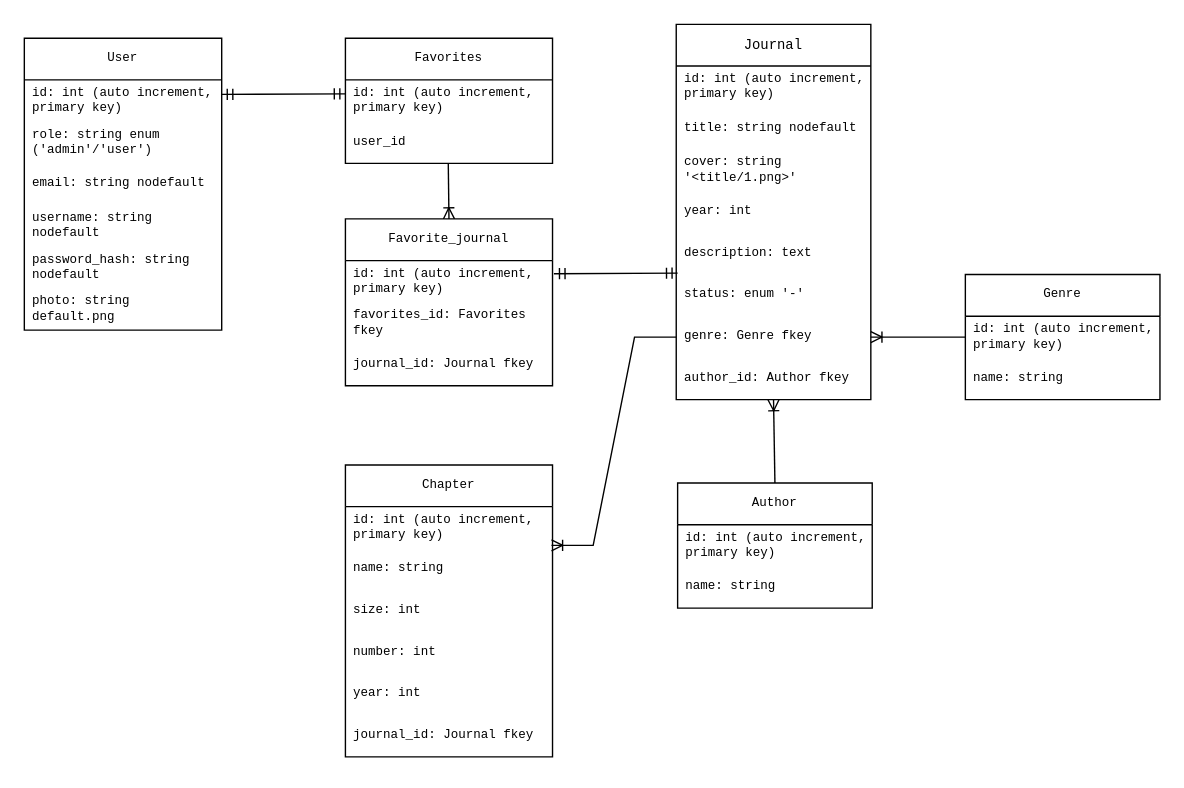
Before: server/journal_db_diagram.drawio in 7kex7/journal-reader-v2, a draw.io diagram. Source tidied: cells renumbered, new cells numbered last; positions are measured from the earlier drawing's top-left corner, leaving out a move shared by most shapes. Both pictures are drawn from the tidied source at 139%, with x=0, y=0 at pixel (24, 24).
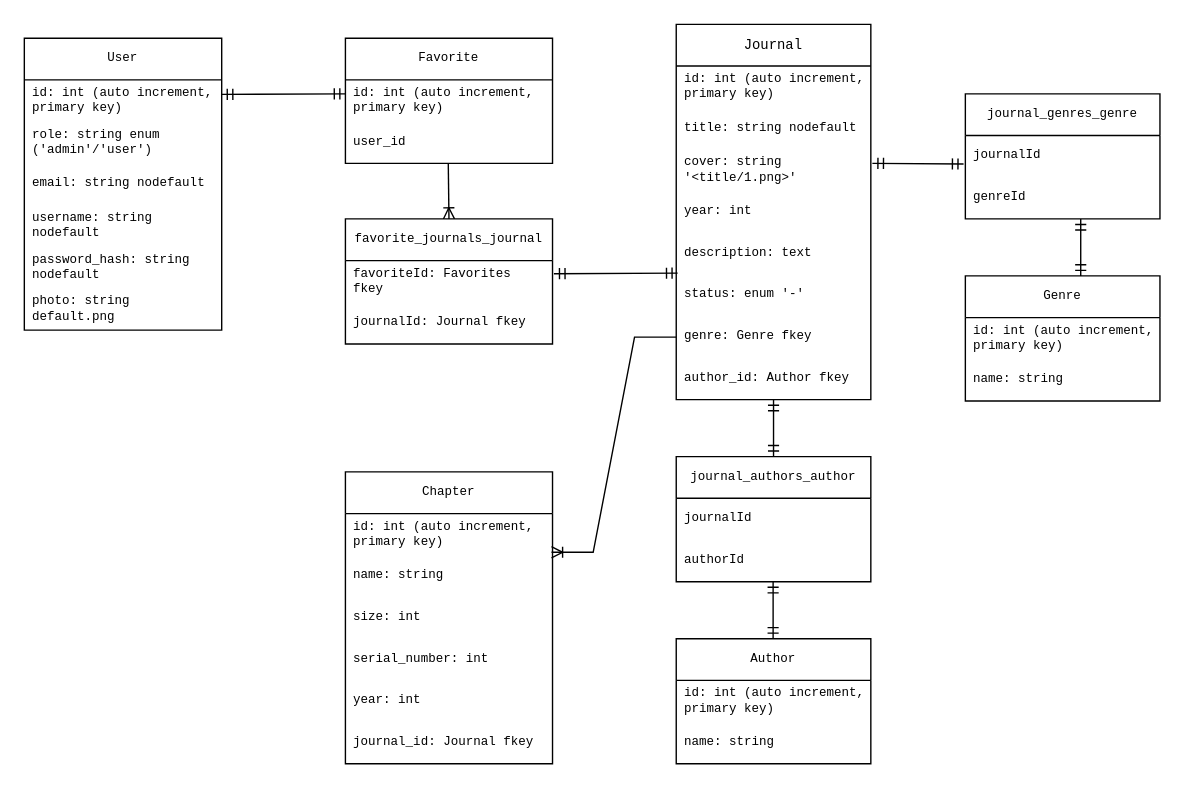
The same diagram, later.

Unchanged cells that the change refers to:
```xml
<mxCell id="19" value="genre: Genre fkey" style="text;strokeColor=none;fillColor=none;align=left;verticalAlign=middle;spacingLeft=4;spacingRight=4;overflow=hidden;points=[[0,0.5],[1,0.5]];portConstraint=eastwest;whiteSpace=wrap;html=1;fontSize=9;fontFamily=Courier New;" parent="12" vertex="1">
  <mxGeometry y="210" width="140" height="30" as="geometry" />
</mxCell>
<mxCell id="41" value="&lt;div style=&quot;font-size: 9px;&quot;&gt;&lt;font style=&quot;font-size: 9px;&quot;&gt;id: int (auto increment, primary key)&lt;/font&gt;&lt;/div&gt;" style="text;strokeColor=none;fillColor=none;align=left;verticalAlign=middle;spacingLeft=4;spacingRight=4;overflow=hidden;points=[[0,0.5],[1,0.5]];portConstraint=eastwest;whiteSpace=wrap;html=1;fontSize=9;fontFamily=Courier New;" parent="40" vertex="1">
  <mxGeometry y="30" width="140" height="30" as="geometry" />
</mxCell>
```

What changed in the source:
```diff
@@
-    <mxCell id="9" value="Favorites" style="swimlane;fontStyle=0;horizontal=1;startSize=30;whiteSpace=wrap;html=1;fontSize=9;fontFamily=Courier New;" parent="1" vertex="1">
+    <mxCell id="9" value="Favorite" style="swimlane;fontStyle=0;horizontal=1;startSize=30;whiteSpace=wrap;html=1;fontSize=9;fontFamily=Courier New;" parent="1" vertex="1">
       <mxGeometry x="231" y="10" width="149" height="90" as="geometry" />
     </mxCell>
@@
     <mxCell id="21" value="Chapter" style="swimlane;fontStyle=0;horizontal=1;startSize=30;whiteSpace=wrap;html=1;fontSize=9;fontFamily=Courier New;" parent="1" vertex="1">
-      <mxGeometry x="231" y="317" width="149" height="210" as="geometry" />
+      <mxGeometry x="231" y="322" width="149" height="210" as="geometry" />
     </mxCell>
@@
-    <mxCell id="25" value="number: int" style="text;strokeColor=none;fillColor=none;align=left;verticalAlign=middle;spacingLeft=4;spacingRight=4;overflow=hidden;whiteSpace=wrap;html=1;fontSize=9;fontFamily=Courier New;" parent="21" vertex="1">
+    <mxCell id="25" value="serial_number: int" style="text;strokeColor=none;fillColor=none;align=left;verticalAlign=middle;spacingLeft=4;spacingRight=4;overflow=hidden;whiteSpace=wrap;html=1;fontSize=9;fontFamily=Courier New;" parent="21" vertex="1">
       <mxGeometry y="120" width="149" height="30" as="geometry" />
     </mxCell>
@@
     <mxCell id="28" value="Author" style="swimlane;fontStyle=0;horizontal=1;startSize=30;whiteSpace=wrap;html=1;fontSize=9;fontFamily=Courier New;" parent="1" vertex="1">
-      <mxGeometry x="470" y="330" width="140" height="90" as="geometry" />
+      <mxGeometry x="469" y="442" width="140" height="90" as="geometry" />
     </mxCell>
@@
-    <mxCell id="33" value="Favorite_journal" style="swimlane;fontStyle=0;horizontal=1;startSize=30;whiteSpace=wrap;html=1;fontSize=9;fontFamily=Courier New;" parent="1" vertex="1">
-      <mxGeometry x="231" y="140" width="149" height="120" as="geometry" />
+    <mxCell id="33" value="favorite_journals_journal" style="swimlane;fontStyle=0;horizontal=1;startSize=30;whiteSpace=wrap;html=1;fontSize=9;fontFamily=Courier New;" parent="1" vertex="1">
+      <mxGeometry x="231" y="140" width="149" height="90" as="geometry" />
     </mxCell>
-    <mxCell id="34" value="&lt;div style=&quot;font-size: 9px;&quot;&gt;&lt;font style=&quot;font-size: 9px;&quot;&gt;id: int (auto increment, primary key)&lt;/font&gt;&lt;/div&gt;" style="text;strokeColor=none;fillColor=none;align=left;verticalAlign=middle;spacingLeft=4;spacingRight=4;overflow=hidden;whiteSpace=wrap;html=1;fontSize=9;fontFamily=Courier New;" parent="33" vertex="1">
-      <mxGeometry y="30" width="149" height="30" as="geometry" />
-    </mxCell>
-    <mxCell id="35" value="favorites_id: Favorites fkey" style="text;strokeColor=none;fillColor=none;align=left;verticalAlign=middle;spacingLeft=4;spacingRight=4;overflow=hidden;whiteSpace=wrap;html=1;fontSize=9;fontFamily=Courier New;" parent="33" vertex="1">
-      <mxGeometry y="60" width="149" height="30" as="geometry" />
+    <mxCell id="35" value="favoriteId: Favorites fkey" style="text;strokeColor=none;fillColor=none;align=left;verticalAlign=middle;spacingLeft=4;spacingRight=4;overflow=hidden;whiteSpace=wrap;html=1;fontSize=9;fontFamily=Courier New;" parent="33" vertex="1">
+      <mxGeometry y="30" width="149" height="30" as="geometry" />
     </mxCell>
-    <mxCell id="36" value="journal_id: Journal fkey" style="text;strokeColor=none;fillColor=none;align=left;verticalAlign=middle;spacingLeft=4;spacingRight=4;overflow=hidden;whiteSpace=wrap;html=1;fontSize=9;fontFamily=Courier New;" parent="33" vertex="1">
-      <mxGeometry y="90" width="149" height="30" as="geometry" />
+    <mxCell id="36" value="journalId: Journal fkey" style="text;strokeColor=none;fillColor=none;align=left;verticalAlign=middle;spacingLeft=4;spacingRight=4;overflow=hidden;whiteSpace=wrap;html=1;fontSize=9;fontFamily=Courier New;" parent="33" vertex="1">
+      <mxGeometry y="60" width="149" height="30" as="geometry" />
     </mxCell>
@@
-    <mxCell id="38" style="fontSize=12;html=1;endArrow=ERoneToMany;exitX=0.5;exitY=0;exitDx=0;exitDy=0;" parent="1" edge="1" source="28">
-      <mxGeometry relative="1" as="geometry">
-        <mxPoint x="539" y="270" as="targetPoint" />
-      </mxGeometry>
-    </mxCell>
@@
     <mxCell id="40" value="Genre" style="swimlane;fontStyle=0;horizontal=1;startSize=30;whiteSpace=wrap;html=1;fontSize=9;fontFamily=Courier New;" parent="1" vertex="1">
-      <mxGeometry x="677" y="180" width="140" height="90" as="geometry" />
+      <mxGeometry x="677" y="181" width="140" height="90" as="geometry" />
     </mxCell>
@@
-    <mxCell id="43" style="fontSize=12;html=1;endArrow=ERoneToMany;exitX=0;exitY=0.5;exitDx=0;exitDy=0;entryX=1;entryY=0.5;entryDx=0;entryDy=0;" parent="1" edge="1" source="41" target="19">
-      <mxGeometry relative="1" as="geometry" />
-    </mxCell>
+    <mxCell id="44" value="journal_authors_author" style="swimlane;fontStyle=0;horizontal=1;startSize=30;whiteSpace=wrap;html=1;fontSize=9;fontFamily=Courier New;" parent="1" vertex="1">
+      <mxGeometry x="469" y="311" width="140" height="90" as="geometry" />
+    </mxCell>
+    <mxCell id="45" value="&lt;div style=&quot;font-size: 9px;&quot;&gt;&lt;font style=&quot;font-size: 9px;&quot;&gt;journalId&lt;/font&gt;&lt;/div&gt;" style="text;strokeColor=none;fillColor=none;align=left;verticalAlign=middle;spacingLeft=4;spacingRight=4;overflow=hidden;whiteSpace=wrap;html=1;fontSize=9;fontFamily=Courier New;" parent="44" vertex="1">
+      <mxGeometry y="30" width="140" height="30" as="geometry" />
+    </mxCell>
+    <mxCell id="46" value="authorId" style="text;strokeColor=none;fillColor=none;align=left;verticalAlign=middle;spacingLeft=4;spacingRight=4;overflow=hidden;whiteSpace=wrap;html=1;fontSize=9;fontFamily=Courier New;" parent="44" vertex="1">
+      <mxGeometry y="60" width="140" height="30" as="geometry" />
+    </mxCell>
+    <mxCell id="47" style="fontSize=9;html=1;endArrow=ERmandOne;startArrow=ERmandOne;rounded=0;entryX=0.5;entryY=0;entryDx=0;entryDy=0;" parent="1" edge="1" target="44">
+      <mxGeometry relative="1" as="geometry">
+        <mxPoint x="539" y="270" as="sourcePoint" />
+      </mxGeometry>
+    </mxCell>
+    <mxCell id="48" style="fontSize=9;html=1;endArrow=ERmandOne;startArrow=ERmandOne;rounded=0;entryX=0.5;entryY=0;entryDx=0;entryDy=0;" parent="1" edge="1">
+      <mxGeometry relative="1" as="geometry">
+        <mxPoint x="538.7" y="401" as="sourcePoint" />
+        <mxPoint x="538.7" y="442" as="targetPoint" />
+      </mxGeometry>
+    </mxCell>
+    <mxCell id="49" value="journal_genres_genre" style="swimlane;fontStyle=0;horizontal=1;startSize=30;whiteSpace=wrap;html=1;fontSize=9;fontFamily=Courier New;" parent="1" vertex="1">
+      <mxGeometry x="677" y="50" width="140" height="90" as="geometry" />
+    </mxCell>
+    <mxCell id="50" value="&lt;div style=&quot;font-size: 9px;&quot;&gt;&lt;font style=&quot;font-size: 9px;&quot;&gt;journalId&lt;/font&gt;&lt;/div&gt;" style="text;strokeColor=none;fillColor=none;align=left;verticalAlign=middle;spacingLeft=4;spacingRight=4;overflow=hidden;whiteSpace=wrap;html=1;fontSize=9;fontFamily=Courier New;" parent="49" vertex="1">
+      <mxGeometry y="30" width="140" height="30" as="geometry" />
+    </mxCell>
+    <mxCell id="51" value="genreId" style="text;strokeColor=none;fillColor=none;align=left;verticalAlign=middle;spacingLeft=4;spacingRight=4;overflow=hidden;whiteSpace=wrap;html=1;fontSize=9;fontFamily=Courier New;" parent="49" vertex="1">
+      <mxGeometry y="60" width="140" height="30" as="geometry" />
+    </mxCell>
+    <mxCell id="52" style="fontSize=9;html=1;endArrow=ERmandOne;startArrow=ERmandOne;rounded=0;entryX=0.5;entryY=0;entryDx=0;entryDy=0;" parent="1" edge="1">
+      <mxGeometry relative="1" as="geometry">
+        <mxPoint x="760" y="140" as="sourcePoint" />
+        <mxPoint x="760" y="181" as="targetPoint" />
+      </mxGeometry>
+    </mxCell>
+    <mxCell id="53" style="fontSize=9;html=1;endArrow=ERmandOne;startArrow=ERmandOne;rounded=0;entryX=1.008;entryY=0.035;entryDx=0;entryDy=0;exitX=-0.009;exitY=0.384;exitDx=0;exitDy=0;exitPerimeter=0;entryPerimeter=0;" parent="1" edge="1">
+      <mxGeometry relative="1" as="geometry">
+        <mxPoint x="675.7" y="100.5" as="sourcePoint" />
+        <mxPoint x="610.1" y="100" as="targetPoint" />
+      </mxGeometry>
+    </mxCell>
```
